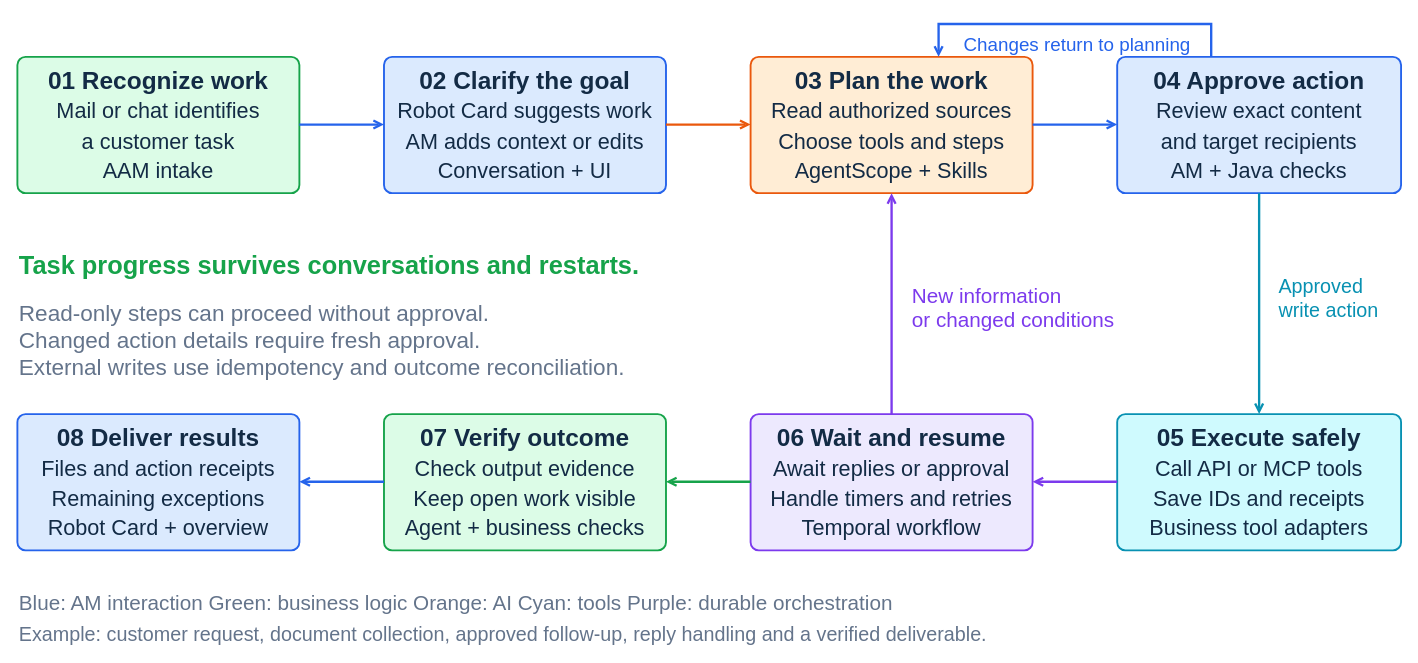
This is docs/architecture/diagrams/aam-workbuddy-task-flow.drawio from realAaronWu/aam, a draw.io file, before an edit. Source tidied: cells renumbered, new cells numbered last; positions are measured from the earlier drawing's top-left corner, leaving out a move shared by most shapes. Both pictures are drawn from the tidied source at 94%, with x=0, y=0 at pixel (17, 24).
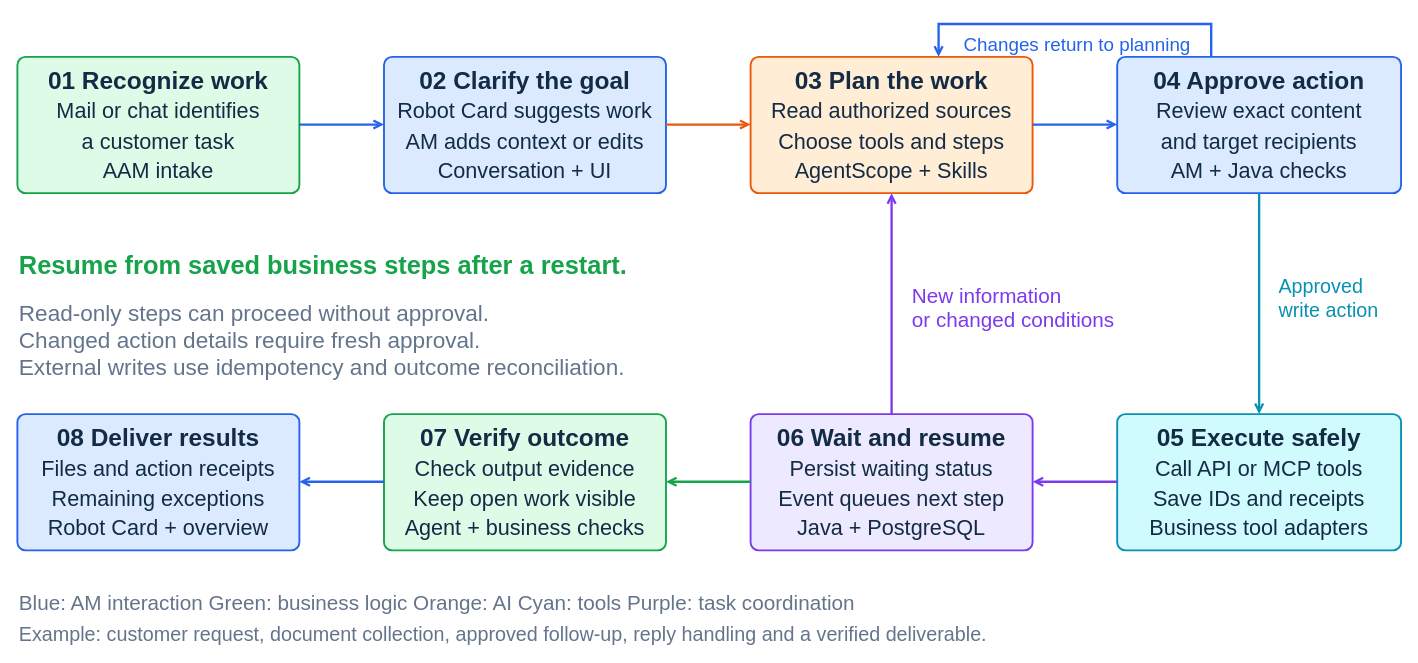
After the change.

Commit message (it also covers changes not shown here):
docs: simplify Workbuddy MVP task execution without Temporal

The edit, as a diff of the source:
```diff
@@
-    <mxCell id="7" value="&lt;b&gt;06  Wait and resume&lt;/b&gt;&lt;br&gt;&lt;span style=&quot;font-size:23px&quot;&gt;Await replies or approval&lt;br&gt;Handle timers and retries&lt;br&gt;Temporal workflow&lt;/span&gt;" style="rounded=1;whiteSpace=wrap;html=1;arcSize=6;fillColor=#EDE9FE;strokeColor=#7C3AED;strokeWidth=2;fontColor=#132B45;fontFamily=Arial;fontSize=26;align=center;verticalAlign=middle;spacing=10;" parent="1" vertex="1">
+    <mxCell id="7" value="&lt;b&gt;06  Wait and resume&lt;/b&gt;&lt;br&gt;&lt;span style=&quot;font-size:23px&quot;&gt;Persist waiting status&lt;br&gt;Event queues next step&lt;br&gt;Java + PostgreSQL&lt;/span&gt;" style="rounded=1;whiteSpace=wrap;html=1;arcSize=6;fillColor=#EDE9FE;strokeColor=#7C3AED;strokeWidth=2;fontColor=#132B45;fontFamily=Arial;fontSize=26;align=center;verticalAlign=middle;spacing=10;" parent="1" vertex="1">
       <mxGeometry x="780" y="415" width="300" height="145" as="geometry" />
     </mxCell>
@@
-    <mxCell id="22" value="Task progress survives conversations and restarts." style="text;html=0;whiteSpace=wrap;align=left;verticalAlign=top;fontFamily=Arial;fontSize=27;fontColor=#16A34A;fontStyle=1;strokeColor=none;fillColor=none;" parent="1" vertex="1">
+    <mxCell id="22" value="Resume from saved business steps after a restart." style="text;html=0;whiteSpace=wrap;align=left;verticalAlign=top;fontFamily=Arial;fontSize=27;fontColor=#16A34A;fontStyle=1;strokeColor=none;fillColor=none;" parent="1" vertex="1">
       <mxGeometry y="234" width="835" height="36" as="geometry" />
     </mxCell>
@@
-    <mxCell id="24" value="Blue: AM interaction     Green: business logic     Orange: AI     Cyan: tools     Purple: durable orchestration" style="text;html=0;whiteSpace=wrap;align=left;verticalAlign=top;fontFamily=Arial;fontSize=22;fontColor=#64748B;fontStyle=0;strokeColor=none;fillColor=none;" parent="1" vertex="1">
+    <mxCell id="24" value="Blue: AM interaction     Green: business logic     Orange: AI     Cyan: tools     Purple: task coordination" style="text;html=0;whiteSpace=wrap;align=left;verticalAlign=top;fontFamily=Arial;fontSize=22;fontColor=#64748B;fontStyle=0;strokeColor=none;fillColor=none;" parent="1" vertex="1">
       <mxGeometry y="597" width="1472" height="35" as="geometry" />
     </mxCell>
```
